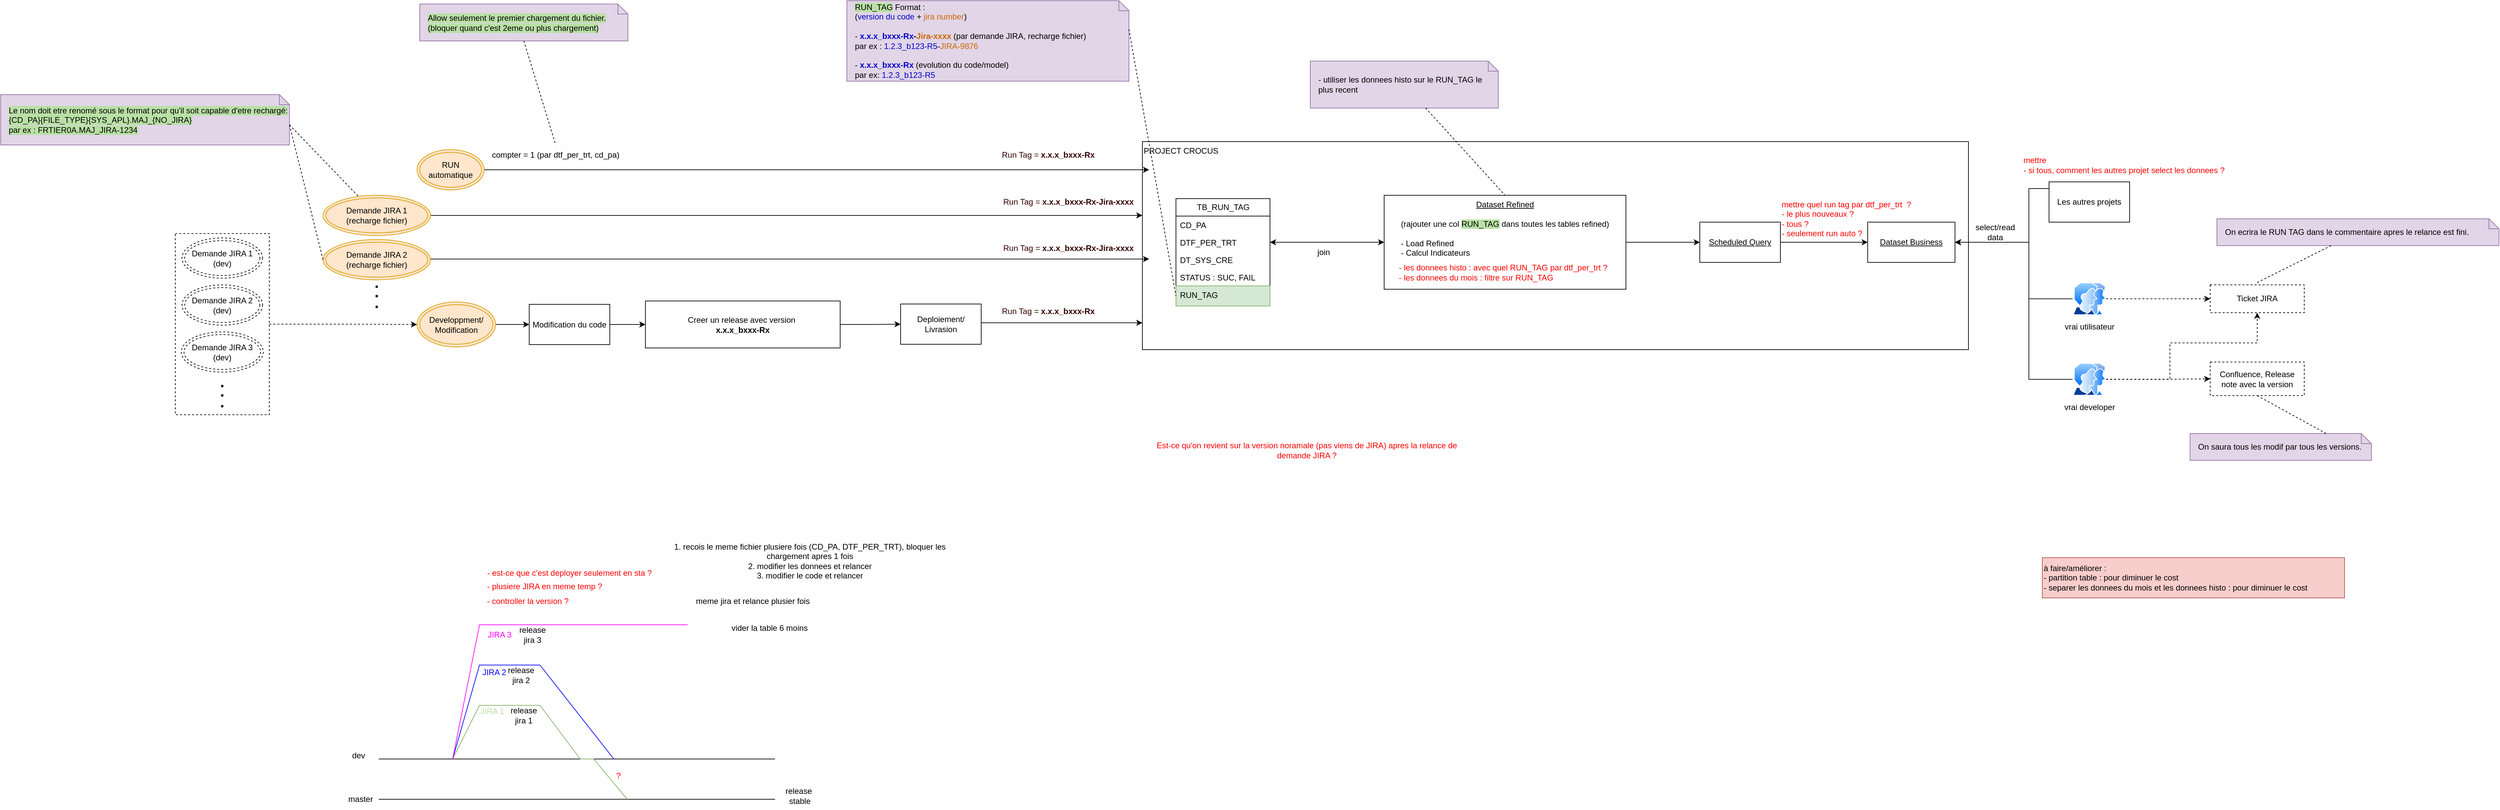
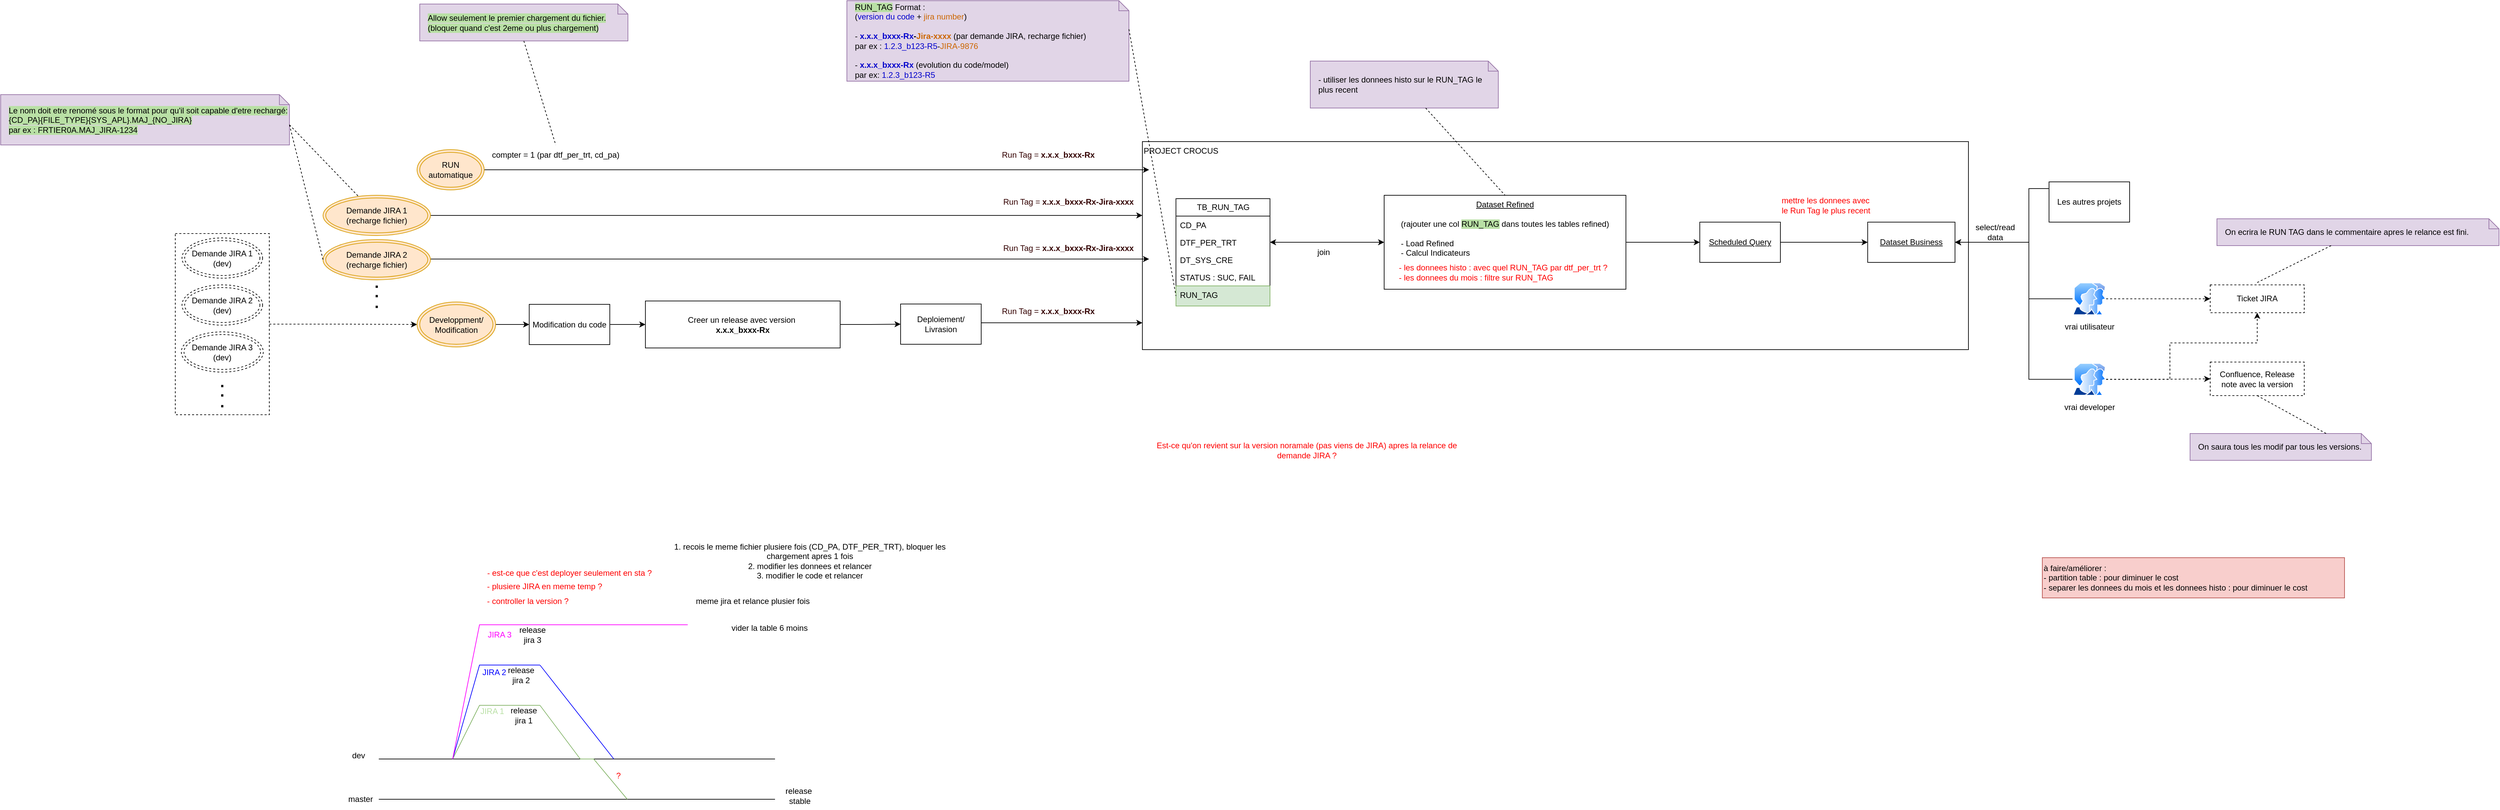
<mxfile host="app.diagrams.net">
  <diagram name="Page-1" id="bEAYSmEDHXBXhFzCy1HB">
    <mxGraphModel dx="3589" dy="2087" grid="1" gridSize="10" guides="1" tooltips="1" connect="1" arrows="1" fold="1" page="1" pageScale="1" pageWidth="827" pageHeight="1169" math="0" shadow="0">
      <root>
        <mxCell id="0" />
        <mxCell id="1" parent="0" />
        <mxCell id="cKu8MT6L8Fp_BZaxLZj7-22" edge="1" parent="1" source="cKu8MT6L8Fp_BZaxLZj7-16" style="edgeStyle=orthogonalEdgeStyle;rounded=0;orthogonalLoop=1;jettySize=auto;html=1;dashed=1;" target="QUzsFoNl6aFI_2ed8XXq-33">
          <mxGeometry relative="1" as="geometry">
            <Array as="points" />
            <mxPoint x="-937.4999999999995" y="382" as="sourcePoint" />
            <mxPoint x="-602.4999999999995" y="365" as="targetPoint" />
          </mxGeometry>
        </mxCell>
        <mxCell id="cKu8MT6L8Fp_BZaxLZj7-16" parent="1" style="rounded=0;whiteSpace=wrap;html=1;dashed=1;" value="" vertex="1">
          <mxGeometry height="270" width="140" x="-1070" y="247" as="geometry" />
        </mxCell>
        <mxCell id="QUzsFoNl6aFI_2ed8XXq-13" parent="1" style="rounded=0;whiteSpace=wrap;html=1;align=left;verticalAlign=top;" value="PROJECT CROCUS" vertex="1">
          <mxGeometry height="310" width="1230" x="370" y="110" as="geometry" />
        </mxCell>
        <mxCell id="QUzsFoNl6aFI_2ed8XXq-1" parent="1" style="swimlane;fontStyle=0;childLayout=stackLayout;horizontal=1;startSize=26;fillColor=none;horizontalStack=0;resizeParent=1;resizeParentMax=0;resizeLast=0;collapsible=1;marginBottom=0;html=1;" value="TB_RUN_TAG" vertex="1">
          <mxGeometry height="160" width="140" x="420" y="195" as="geometry" />
        </mxCell>
        <mxCell id="QUzsFoNl6aFI_2ed8XXq-2" parent="QUzsFoNl6aFI_2ed8XXq-1" style="text;strokeColor=none;fillColor=none;align=left;verticalAlign=top;spacingLeft=4;spacingRight=4;overflow=hidden;rotatable=0;points=[[0,0.5],[1,0.5]];portConstraint=eastwest;whiteSpace=wrap;html=1;" value="CD_PA" vertex="1">
          <mxGeometry height="26" width="140" y="26" as="geometry" />
        </mxCell>
        <mxCell id="QUzsFoNl6aFI_2ed8XXq-3" parent="QUzsFoNl6aFI_2ed8XXq-1" style="text;strokeColor=none;fillColor=none;align=left;verticalAlign=top;spacingLeft=4;spacingRight=4;overflow=hidden;rotatable=0;points=[[0,0.5],[1,0.5]];portConstraint=eastwest;whiteSpace=wrap;html=1;" value="DTF_PER_TRT" vertex="1">
          <mxGeometry height="26" width="140" y="52" as="geometry" />
        </mxCell>
        <mxCell id="QUzsFoNl6aFI_2ed8XXq-4" parent="QUzsFoNl6aFI_2ed8XXq-1" style="text;strokeColor=none;fillColor=none;align=left;verticalAlign=top;spacingLeft=4;spacingRight=4;overflow=hidden;rotatable=0;points=[[0,0.5],[1,0.5]];portConstraint=eastwest;whiteSpace=wrap;html=1;" value="DT_SYS_CRE" vertex="1">
          <mxGeometry height="26" width="140" y="78" as="geometry" />
        </mxCell>
        <mxCell id="QUzsFoNl6aFI_2ed8XXq-105" parent="QUzsFoNl6aFI_2ed8XXq-1" style="text;strokeColor=none;fillColor=none;align=left;verticalAlign=top;spacingLeft=4;spacingRight=4;overflow=hidden;rotatable=0;points=[[0,0.5],[1,0.5]];portConstraint=eastwest;whiteSpace=wrap;html=1;" value="STATUS : SUC, FAIL" vertex="1">
          <mxGeometry height="26" width="140" y="104" as="geometry" />
        </mxCell>
        <mxCell id="QUzsFoNl6aFI_2ed8XXq-5" parent="QUzsFoNl6aFI_2ed8XXq-1" style="text;strokeColor=#82b366;fillColor=#d5e8d4;align=left;verticalAlign=top;spacingLeft=4;spacingRight=4;overflow=hidden;rotatable=0;points=[[0,0.5],[1,0.5]];portConstraint=eastwest;whiteSpace=wrap;html=1;" value="RUN_TAG" vertex="1">
          <mxGeometry height="30" width="140" y="130" as="geometry" />
        </mxCell>
        <mxCell id="QUzsFoNl6aFI_2ed8XXq-7" parent="1" style="shape=note;size=15;align=left;spacingLeft=10;html=1;whiteSpace=wrap;fillColor=#e1d5e7;strokeColor=#9673a6;" value="&lt;span style=&quot;background-color: rgb(185, 224, 165);&quot;&gt;RUN_TAG&lt;/span&gt; Format :&amp;nbsp;&lt;div&gt;(&lt;font style=&quot;color: rgb(0, 0, 204);&quot;&gt;version du code&lt;/font&gt; +&lt;font style=&quot;color: rgb(204, 102, 0);&quot;&gt; &lt;font&gt;jira number&lt;/font&gt;&lt;/font&gt;)&lt;/div&gt;&lt;div&gt;&lt;br&gt;&lt;div&gt;- &lt;b&gt;&lt;font style=&quot;color: rgb(0, 0, 204);&quot;&gt;x.x.x_bxxx-Rx&lt;/font&gt;-&lt;font style=&quot;color: rgb(204, 102, 0);&quot;&gt;Jira-xxxx&lt;/font&gt;&lt;/b&gt; (par demande JIRA, recharge fichier)&amp;nbsp;&lt;/div&gt;&lt;div&gt;par ex : &lt;font style=&quot;color: rgb(0, 0, 204);&quot;&gt;1.2.3_b123-R5&lt;/font&gt;-&lt;font style=&quot;color: rgb(204, 102, 0);&quot;&gt;JIRA-9876&lt;/font&gt;&lt;/div&gt;&lt;div&gt;&lt;br&gt;&lt;/div&gt;&lt;div&gt;-&lt;b&gt; &lt;font style=&quot;color: rgb(0, 0, 204);&quot;&gt;x.x.x_bxxx-Rx&lt;/font&gt;&lt;/b&gt; (evolution du code/model)&lt;/div&gt;&lt;div&gt;&lt;span style=&quot;background-color: transparent; color: light-dark(rgb(0, 0, 0), rgb(255, 255, 255));&quot;&gt;par ex: &lt;/span&gt;&lt;span style=&quot;background-color: transparent;&quot;&gt;&lt;font style=&quot;color: light-dark(rgb(0, 0, 204), rgb(255, 255, 255));&quot;&gt;1.2.3_b123-R5&lt;/font&gt;&lt;/span&gt;&lt;/div&gt;&lt;/div&gt;" vertex="1">
          <mxGeometry height="120" width="420" x="-70" y="-100" as="geometry" />
        </mxCell>
        <mxCell id="QUzsFoNl6aFI_2ed8XXq-8" edge="1" parent="1" source="QUzsFoNl6aFI_2ed8XXq-7" style="edgeStyle=none;endArrow=none;exitX=0;exitY=0;dashed=1;html=1;rounded=0;entryX=0;entryY=0.5;entryDx=0;entryDy=0;exitDx=420;exitDy=42.5;exitPerimeter=0;" target="QUzsFoNl6aFI_2ed8XXq-5" value="">
          <mxGeometry relative="1" x="1" as="geometry">
            <mxPoint x="590" y="660" as="targetPoint" />
          </mxGeometry>
        </mxCell>
        <mxCell id="QUzsFoNl6aFI_2ed8XXq-10" parent="1" style="rounded=0;whiteSpace=wrap;html=1;dashed=1;" value="Confluence, Release note avec la v&lt;span style=&quot;background-color: transparent; color: light-dark(rgb(0, 0, 0), rgb(255, 255, 255));&quot;&gt;ersion&lt;/span&gt;" vertex="1">
          <mxGeometry height="50" width="140" x="1960" y="438.5" as="geometry" />
        </mxCell>
        <mxCell id="QUzsFoNl6aFI_2ed8XXq-11" parent="1" style="rounded=0;whiteSpace=wrap;html=1;dashed=1;" value="Ticket JIRA" vertex="1">
          <mxGeometry height="41.5" width="140" x="1960" y="323.5" as="geometry" />
        </mxCell>
        <mxCell id="QUzsFoNl6aFI_2ed8XXq-42" edge="1" parent="1" source="QUzsFoNl6aFI_2ed8XXq-12" style="edgeStyle=orthogonalEdgeStyle;rounded=0;orthogonalLoop=1;jettySize=auto;html=1;entryX=1;entryY=0.5;entryDx=0;entryDy=0;startArrow=classic;startFill=1;" target="QUzsFoNl6aFI_2ed8XXq-3">
          <mxGeometry relative="1" as="geometry" />
        </mxCell>
        <mxCell id="QUzsFoNl6aFI_2ed8XXq-50" edge="1" parent="1" source="QUzsFoNl6aFI_2ed8XXq-12" style="edgeStyle=orthogonalEdgeStyle;rounded=0;orthogonalLoop=1;jettySize=auto;html=1;" target="QUzsFoNl6aFI_2ed8XXq-46">
          <mxGeometry relative="1" as="geometry">
            <Array as="points" />
          </mxGeometry>
        </mxCell>
        <mxCell id="QUzsFoNl6aFI_2ed8XXq-12" parent="1" style="rounded=0;whiteSpace=wrap;html=1;verticalAlign=top;" value="&lt;u&gt;Dataset Refined&lt;/u&gt;&lt;div&gt;&lt;u&gt;&lt;br&gt;&lt;/u&gt;&lt;div&gt;(rajouter une col &lt;span style=&quot;background-color: rgb(185, 224, 165);&quot;&gt;RUN_TAG&lt;/span&gt;&lt;span&gt; &lt;/span&gt;dans toutes les tables refined)&lt;/div&gt;&lt;div&gt;&lt;br&gt;&lt;/div&gt;&lt;div style=&quot;text-align: left;&quot;&gt;- Load Refined&amp;nbsp; &amp;nbsp; &amp;nbsp; &amp;nbsp;&lt;/div&gt;&lt;div style=&quot;text-align: left;&quot;&gt;- Calcul Indicateurs&lt;/div&gt;&lt;/div&gt;" vertex="1">
          <mxGeometry height="140" width="360" x="730" y="190" as="geometry" />
        </mxCell>
        <mxCell id="QUzsFoNl6aFI_2ed8XXq-27" edge="1" parent="1" source="QUzsFoNl6aFI_2ed8XXq-33" style="edgeStyle=orthogonalEdgeStyle;rounded=0;orthogonalLoop=1;jettySize=auto;html=1;entryX=0;entryY=0.5;entryDx=0;entryDy=0;" target="QUzsFoNl6aFI_2ed8XXq-23">
          <mxGeometry relative="1" as="geometry">
            <mxPoint x="-740" y="198" as="sourcePoint" />
          </mxGeometry>
        </mxCell>
        <mxCell id="QUzsFoNl6aFI_2ed8XXq-19" parent="1" style="text;html=1;whiteSpace=wrap;strokeColor=none;fillColor=none;align=center;verticalAlign=middle;rounded=0;fontColor=#330000;" value="&lt;font style=&quot;&quot;&gt;Run Tag =&amp;nbsp;&lt;/font&gt;&lt;b style=&quot;text-align: left;&quot;&gt;x.x.x_bxxx-Rx-Jira-xxxx&lt;/b&gt;" vertex="1">
          <mxGeometry height="30" width="200" x="160" y="253.5" as="geometry" />
        </mxCell>
        <mxCell id="cKu8MT6L8Fp_BZaxLZj7-37" edge="1" parent="1" source="QUzsFoNl6aFI_2ed8XXq-23" style="edgeStyle=orthogonalEdgeStyle;rounded=0;orthogonalLoop=1;jettySize=auto;html=1;" target="QUzsFoNl6aFI_2ed8XXq-25">
          <mxGeometry relative="1" as="geometry" />
        </mxCell>
        <mxCell id="QUzsFoNl6aFI_2ed8XXq-23" parent="1" style="rounded=0;whiteSpace=wrap;html=1;" value="Modification du code" vertex="1">
          <mxGeometry height="60" width="120" x="-543" y="352.5" as="geometry" />
        </mxCell>
        <mxCell id="QUzsFoNl6aFI_2ed8XXq-31" edge="1" parent="1" source="QUzsFoNl6aFI_2ed8XXq-24" style="edgeStyle=orthogonalEdgeStyle;rounded=0;orthogonalLoop=1;jettySize=auto;html=1;" target="QUzsFoNl6aFI_2ed8XXq-13">
          <mxGeometry relative="1" as="geometry">
            <Array as="points">
              <mxPoint x="180" y="380" />
              <mxPoint x="180" y="380" />
            </Array>
            <mxPoint x="380" y="373" as="targetPoint" />
          </mxGeometry>
        </mxCell>
        <mxCell id="QUzsFoNl6aFI_2ed8XXq-24" parent="1" style="rounded=0;whiteSpace=wrap;html=1;" value="Deploiement/ Livrasion" vertex="1">
          <mxGeometry height="60" width="120" x="10" y="352" as="geometry" />
        </mxCell>
        <mxCell id="cKu8MT6L8Fp_BZaxLZj7-38" edge="1" parent="1" source="QUzsFoNl6aFI_2ed8XXq-25" style="edgeStyle=orthogonalEdgeStyle;rounded=0;orthogonalLoop=1;jettySize=auto;html=1;" target="QUzsFoNl6aFI_2ed8XXq-24">
          <mxGeometry relative="1" as="geometry" />
        </mxCell>
        <mxCell id="QUzsFoNl6aFI_2ed8XXq-25" parent="1" style="rounded=0;whiteSpace=wrap;html=1;" value="Creer un release avec version&amp;nbsp;&lt;div&gt;&lt;span style=&quot;text-align: left;&quot;&gt;&lt;b&gt;x.x.x_bxxx-Rx&lt;/b&gt;&lt;/span&gt;&lt;/div&gt;" vertex="1">
          <mxGeometry height="70" width="290" x="-370" y="347.5" as="geometry" />
        </mxCell>
        <mxCell id="QUzsFoNl6aFI_2ed8XXq-33" parent="1" style="ellipse;shape=doubleEllipse;whiteSpace=wrap;html=1;fillColor=#ffe6cc;strokeColor=#d79b00;" value="Developpment/&lt;div&gt;Modification&lt;/div&gt;" vertex="1">
          <mxGeometry height="67" width="117" x="-710" y="349" as="geometry" />
        </mxCell>
        <mxCell id="cKu8MT6L8Fp_BZaxLZj7-5" edge="1" parent="1" style="edgeStyle=orthogonalEdgeStyle;rounded=0;orthogonalLoop=1;jettySize=auto;html=1;">
          <mxGeometry relative="1" as="geometry">
            <Array as="points">
              <mxPoint x="-470" y="285" />
              <mxPoint x="-470" y="285" />
            </Array>
            <mxPoint x="-690.0000000000005" y="285" as="sourcePoint" />
            <mxPoint x="380" y="285" as="targetPoint" />
          </mxGeometry>
        </mxCell>
        <mxCell id="QUzsFoNl6aFI_2ed8XXq-34" parent="1" style="ellipse;shape=doubleEllipse;whiteSpace=wrap;html=1;fillColor=#ffe6cc;strokeColor=#d79b00;" value="Demande JIRA 2&lt;div&gt;(recharge fichier)&lt;/div&gt;" vertex="1">
          <mxGeometry height="60" width="160" x="-850" y="256" as="geometry" />
        </mxCell>
        <mxCell id="QUzsFoNl6aFI_2ed8XXq-36" edge="1" parent="1" source="QUzsFoNl6aFI_2ed8XXq-35" style="edgeStyle=orthogonalEdgeStyle;rounded=0;orthogonalLoop=1;jettySize=auto;html=1;">
          <mxGeometry relative="1" as="geometry">
            <Array as="points">
              <mxPoint x="110" y="152" />
              <mxPoint x="110" y="152" />
            </Array>
            <mxPoint x="380" y="152.0588235294117" as="targetPoint" />
          </mxGeometry>
        </mxCell>
        <mxCell id="QUzsFoNl6aFI_2ed8XXq-35" parent="1" style="ellipse;shape=doubleEllipse;whiteSpace=wrap;html=1;fillColor=#ffe6cc;strokeColor=#d79b00;" value="RUN automatique" vertex="1">
          <mxGeometry height="60" width="100" x="-710" y="122" as="geometry" />
        </mxCell>
        <mxCell id="QUzsFoNl6aFI_2ed8XXq-40" parent="1" style="shape=note;size=15;align=left;spacingLeft=10;html=1;whiteSpace=wrap;fillColor=#e1d5e7;strokeColor=#9673a6;" value="&lt;div&gt;- utiliser les donnees histo sur le RUN_TAG le plus recent&lt;/div&gt;" vertex="1">
          <mxGeometry height="70" width="280" x="620" y="-10" as="geometry" />
        </mxCell>
        <mxCell id="QUzsFoNl6aFI_2ed8XXq-41" edge="1" parent="1" source="QUzsFoNl6aFI_2ed8XXq-40" style="edgeStyle=none;endArrow=none;dashed=1;html=1;rounded=0;entryX=0.5;entryY=0;entryDx=0;entryDy=0;" target="QUzsFoNl6aFI_2ed8XXq-12" value="">
          <mxGeometry relative="1" x="1" as="geometry">
            <mxPoint x="720" y="650" as="sourcePoint" />
            <mxPoint x="772" y="500" as="targetPoint" />
          </mxGeometry>
        </mxCell>
        <mxCell id="QUzsFoNl6aFI_2ed8XXq-43" parent="1" style="text;html=1;whiteSpace=wrap;strokeColor=none;fillColor=none;align=left;verticalAlign=middle;rounded=0;" value="&lt;font style=&quot;color: rgb(255, 0, 0);&quot;&gt;- les donnees histo : avec quel RUN_TAG par dtf_per_trt ?&lt;/font&gt;&lt;div&gt;&lt;font style=&quot;color: rgb(255, 0, 0);&quot;&gt;- les donnees du mois : f&lt;/font&gt;&lt;span style=&quot;color: light-dark(rgb(255, 0, 0), rgb(255, 144, 144)); background-color: transparent;&quot;&gt;iltre sur RUN_TAG&lt;/span&gt;&lt;/div&gt;" vertex="1">
          <mxGeometry height="30" width="330" x="750" y="290" as="geometry" />
        </mxCell>
        <mxCell id="QUzsFoNl6aFI_2ed8XXq-45" parent="1" style="rounded=0;whiteSpace=wrap;html=1;" value="&lt;u&gt;Dataset Business&lt;/u&gt;" vertex="1">
          <mxGeometry height="60" width="130" x="1450" y="230" as="geometry" />
        </mxCell>
        <mxCell id="QUzsFoNl6aFI_2ed8XXq-48" edge="1" parent="1" source="QUzsFoNl6aFI_2ed8XXq-46" style="edgeStyle=orthogonalEdgeStyle;rounded=0;orthogonalLoop=1;jettySize=auto;html=1;" target="QUzsFoNl6aFI_2ed8XXq-45">
          <mxGeometry relative="1" as="geometry" />
        </mxCell>
        <mxCell id="QUzsFoNl6aFI_2ed8XXq-46" parent="1" style="rounded=0;whiteSpace=wrap;html=1;" value="&lt;u&gt;Scheduled Query&lt;/u&gt;" vertex="1">
          <mxGeometry height="60" width="120" x="1200" y="230" as="geometry" />
        </mxCell>
-         <mxCell id="QUzsFoNl6aFI_2ed8XXq-51" parent="1" style="text;html=1;whiteSpace=wrap;strokeColor=none;fillColor=none;align=left;verticalAlign=middle;rounded=0;fontColor=#FF0000;" value="mettre quel run tag par dtf_per_trt&amp;nbsp;&amp;nbsp;?&amp;nbsp;&lt;div&gt;- le plus nouveaux ?&lt;/div&gt;&lt;div&gt;- tous ?&lt;/div&gt;&lt;div&gt;- seulement run auto ?&lt;/div&gt;" vertex="1">
-           <mxGeometry height="30" width="370" x="1320" y="210" as="geometry" />
+         <mxCell id="QUzsFoNl6aFI_2ed8XXq-51" parent="1" style="text;html=1;whiteSpace=wrap;strokeColor=none;fillColor=none;align=left;verticalAlign=middle;rounded=0;fontColor=#FF0000;" value="mettre les donnees avec le Run Tag le plus recent" vertex="1">
+           <mxGeometry height="30" width="140" x="1320" y="190" as="geometry" />
        </mxCell>
        <mxCell id="QUzsFoNl6aFI_2ed8XXq-59" edge="1" parent="1" source="QUzsFoNl6aFI_2ed8XXq-52" style="edgeStyle=orthogonalEdgeStyle;rounded=0;orthogonalLoop=1;jettySize=auto;html=1;entryX=1;entryY=0.5;entryDx=0;entryDy=0;" target="QUzsFoNl6aFI_2ed8XXq-45">
          <mxGeometry relative="1" as="geometry">
            <Array as="points">
              <mxPoint x="1690" y="180" />
              <mxPoint x="1690" y="260" />
            </Array>
          </mxGeometry>
        </mxCell>
        <mxCell id="QUzsFoNl6aFI_2ed8XXq-52" parent="1" style="rounded=0;whiteSpace=wrap;html=1;" value="Les autres projets" vertex="1">
          <mxGeometry height="60" width="120" x="1720" y="170" as="geometry" />
        </mxCell>
        <mxCell id="QUzsFoNl6aFI_2ed8XXq-58" edge="1" parent="1" source="QUzsFoNl6aFI_2ed8XXq-57" style="edgeStyle=orthogonalEdgeStyle;rounded=0;orthogonalLoop=1;jettySize=auto;html=1;entryX=1;entryY=0.5;entryDx=0;entryDy=0;" target="QUzsFoNl6aFI_2ed8XXq-45">
          <mxGeometry relative="1" as="geometry">
            <Array as="points">
              <mxPoint x="1690" y="344" />
              <mxPoint x="1690" y="260" />
            </Array>
          </mxGeometry>
        </mxCell>
        <mxCell id="QUzsFoNl6aFI_2ed8XXq-65" edge="1" parent="1" source="QUzsFoNl6aFI_2ed8XXq-57" style="edgeStyle=orthogonalEdgeStyle;rounded=0;orthogonalLoop=1;jettySize=auto;html=1;dashed=1;" target="QUzsFoNl6aFI_2ed8XXq-11">
          <mxGeometry relative="1" as="geometry" />
        </mxCell>
        <mxCell id="QUzsFoNl6aFI_2ed8XXq-57" parent="1" style="image;aspect=fixed;perimeter=ellipsePerimeter;html=1;align=center;shadow=0;dashed=0;spacingTop=3;image=img/lib/active_directory/user_accounts.svg;" value="vrai utilisateur" vertex="1">
          <mxGeometry height="48.5" width="50" x="1755" y="320" as="geometry" />
        </mxCell>
        <mxCell id="QUzsFoNl6aFI_2ed8XXq-60" parent="1" style="text;html=1;whiteSpace=wrap;strokeColor=none;fillColor=none;align=center;verticalAlign=middle;rounded=0;" value="select/read data" vertex="1">
          <mxGeometry height="30" width="60" x="1610" y="230" as="geometry" />
        </mxCell>
        <mxCell id="QUzsFoNl6aFI_2ed8XXq-63" edge="1" parent="1" source="QUzsFoNl6aFI_2ed8XXq-62" style="edgeStyle=orthogonalEdgeStyle;rounded=0;orthogonalLoop=1;jettySize=auto;html=1;entryX=1;entryY=0.5;entryDx=0;entryDy=0;" target="QUzsFoNl6aFI_2ed8XXq-45">
          <mxGeometry relative="1" as="geometry">
            <Array as="points">
              <mxPoint x="1690" y="464" />
              <mxPoint x="1690" y="260" />
            </Array>
          </mxGeometry>
        </mxCell>
        <mxCell id="QUzsFoNl6aFI_2ed8XXq-66" edge="1" parent="1" source="QUzsFoNl6aFI_2ed8XXq-62" style="edgeStyle=orthogonalEdgeStyle;rounded=0;orthogonalLoop=1;jettySize=auto;html=1;dashed=1;" target="QUzsFoNl6aFI_2ed8XXq-10">
          <mxGeometry relative="1" as="geometry" />
        </mxCell>
        <mxCell id="QUzsFoNl6aFI_2ed8XXq-68" edge="1" parent="1" source="QUzsFoNl6aFI_2ed8XXq-62" style="edgeStyle=orthogonalEdgeStyle;rounded=0;orthogonalLoop=1;jettySize=auto;html=1;entryX=0.5;entryY=1;entryDx=0;entryDy=0;dashed=1;" target="QUzsFoNl6aFI_2ed8XXq-11">
          <mxGeometry relative="1" as="geometry">
            <Array as="points">
              <mxPoint x="1900" y="464" />
              <mxPoint x="1900" y="410" />
              <mxPoint x="2030" y="410" />
            </Array>
          </mxGeometry>
        </mxCell>
        <mxCell id="QUzsFoNl6aFI_2ed8XXq-62" parent="1" style="image;aspect=fixed;perimeter=ellipsePerimeter;html=1;align=center;shadow=0;dashed=0;spacingTop=3;image=img/lib/active_directory/user_accounts.svg;" value="vrai developer" vertex="1">
          <mxGeometry height="48.5" width="50" x="1755" y="440" as="geometry" />
        </mxCell>
        <mxCell id="QUzsFoNl6aFI_2ed8XXq-69" parent="1" style="shape=note;size=15;align=left;spacingLeft=10;html=1;whiteSpace=wrap;fillColor=#e1d5e7;strokeColor=#9673a6;" value="On ecrira le RUN TAG dans le commentaire apres le relance est fini." vertex="1">
          <mxGeometry height="40" width="420" x="1970" y="225" as="geometry" />
        </mxCell>
        <mxCell id="QUzsFoNl6aFI_2ed8XXq-70" edge="1" parent="1" source="QUzsFoNl6aFI_2ed8XXq-69" style="edgeStyle=none;endArrow=none;dashed=1;html=1;rounded=0;" value="">
          <mxGeometry relative="1" x="1" as="geometry">
            <mxPoint x="970" y="210" as="sourcePoint" />
            <mxPoint x="2030" y="320" as="targetPoint" />
          </mxGeometry>
        </mxCell>
        <mxCell id="QUzsFoNl6aFI_2ed8XXq-71" parent="1" style="shape=note;size=15;align=left;spacingLeft=10;html=1;whiteSpace=wrap;fillColor=#e1d5e7;strokeColor=#9673a6;" value="On saura tous les modif par tous les versions." vertex="1">
          <mxGeometry height="40" width="270" x="1930" y="545" as="geometry" />
        </mxCell>
        <mxCell id="QUzsFoNl6aFI_2ed8XXq-72" edge="1" parent="1" source="QUzsFoNl6aFI_2ed8XXq-71" style="edgeStyle=none;endArrow=none;dashed=1;html=1;rounded=0;entryX=0.5;entryY=1;entryDx=0;entryDy=0;exitX=0;exitY=0;exitDx=202.5;exitDy=0;exitPerimeter=0;" target="QUzsFoNl6aFI_2ed8XXq-10" value="">
          <mxGeometry relative="1" x="1" as="geometry">
            <mxPoint x="2180" y="470" as="sourcePoint" />
            <mxPoint x="2070" y="525" as="targetPoint" />
          </mxGeometry>
-         </mxCell>
-         <mxCell id="QUzsFoNl6aFI_2ed8XXq-73" parent="1" style="text;html=1;whiteSpace=wrap;strokeColor=none;fillColor=none;align=left;verticalAlign=middle;rounded=0;fontColor=#FF0000;" value="mettre&amp;nbsp;&lt;div&gt;&lt;span style=&quot;background-color: transparent; color: light-dark(rgb(255, 0, 0), rgb(255, 144, 144));&quot;&gt;- si tous, comment les autres projet select les donnees ?&lt;/span&gt;&lt;/div&gt;" vertex="1">
-           <mxGeometry height="30" width="370" x="1680" y="130" as="geometry" />
        </mxCell>
        <mxCell id="QUzsFoNl6aFI_2ed8XXq-74" parent="1" style="rounded=0;whiteSpace=wrap;html=1;align=left;fillColor=#f8cecc;strokeColor=#b85450;" value="à faire/améliorer :&lt;div&gt;- partition table : pour diminuer le cost&lt;/div&gt;&lt;div&gt;- separer les donnees du mois et les donnees histo&amp;nbsp;&lt;span style=&quot;background-color: transparent; color: light-dark(rgb(0, 0, 0), rgb(255, 255, 255));&quot;&gt;: pour diminuer le cost&lt;/span&gt;&lt;/div&gt;" vertex="1">
          <mxGeometry height="60" width="450" x="1710" y="730" as="geometry" />
        </mxCell>
        <mxCell id="QUzsFoNl6aFI_2ed8XXq-76" parent="1" style="text;html=1;whiteSpace=wrap;strokeColor=none;fillColor=none;align=center;verticalAlign=middle;rounded=0;" value="join" vertex="1">
          <mxGeometry height="30" width="60" x="610" y="260" as="geometry" />
        </mxCell>
        <mxCell id="QUzsFoNl6aFI_2ed8XXq-77" parent="1" style="text;html=1;whiteSpace=wrap;strokeColor=none;fillColor=none;align=center;verticalAlign=middle;rounded=0;fontColor=#FF0000;" value="Est-ce qu&#39;on revient sur la version noramale (pas viens de JIRA) apres la relance de demande JIRA ?" vertex="1">
          <mxGeometry height="30" width="470" x="380" y="555" as="geometry" />
        </mxCell>
        <mxCell id="QUzsFoNl6aFI_2ed8XXq-78" parent="1" style="text;html=1;whiteSpace=wrap;strokeColor=none;fillColor=none;align=center;verticalAlign=middle;rounded=0;fontColor=#FF0000;" value="- est-ce que c&#39;est deployer seulement en sta ?" vertex="1">
          <mxGeometry height="30" width="290" x="-628" y="738" as="geometry" />
        </mxCell>
        <mxCell id="QUzsFoNl6aFI_2ed8XXq-79" parent="1" style="text;html=1;whiteSpace=wrap;strokeColor=none;fillColor=none;align=center;verticalAlign=middle;rounded=0;fontColor=#FF0000;" value="- plusiere JIRA en meme temp ?" vertex="1">
          <mxGeometry height="30" width="290" x="-665" y="758" as="geometry" />
        </mxCell>
        <mxCell id="QUzsFoNl6aFI_2ed8XXq-80" parent="1" style="text;html=1;whiteSpace=wrap;strokeColor=none;fillColor=none;align=center;verticalAlign=middle;rounded=0;fontColor=#FF0000;" value="- controller la version ?" vertex="1">
          <mxGeometry height="30" width="290" x="-690" y="780" as="geometry" />
        </mxCell>
        <mxCell id="QUzsFoNl6aFI_2ed8XXq-81" edge="1" parent="1" style="endArrow=none;html=1;rounded=0;" value="">
          <mxGeometry height="50" relative="1" width="50" as="geometry">
            <mxPoint x="-767" y="1030" as="sourcePoint" />
            <mxPoint x="-177" y="1030" as="targetPoint" />
          </mxGeometry>
        </mxCell>
        <mxCell id="QUzsFoNl6aFI_2ed8XXq-83" edge="1" parent="1" style="endArrow=none;html=1;rounded=0;fillColor=#d5e8d4;strokeColor=#82b366;" value="">
          <mxGeometry height="50" relative="1" width="50" as="geometry">
            <Array as="points">
              <mxPoint x="-617" y="950" />
            </Array>
            <mxPoint x="-657" y="1030" as="sourcePoint" />
            <mxPoint x="-527" y="950" as="targetPoint" />
          </mxGeometry>
        </mxCell>
        <mxCell id="QUzsFoNl6aFI_2ed8XXq-84" parent="1" style="text;html=1;whiteSpace=wrap;strokeColor=none;fillColor=none;align=center;verticalAlign=middle;rounded=0;" value="dev" vertex="1">
          <mxGeometry height="30" width="60" x="-827" y="1010" as="geometry" />
        </mxCell>
        <mxCell id="QUzsFoNl6aFI_2ed8XXq-85" edge="1" parent="1" style="endArrow=none;html=1;rounded=0;strokeColor=#0000FF;" value="">
          <mxGeometry height="50" relative="1" width="50" as="geometry">
            <Array as="points">
              <mxPoint x="-617" y="890" />
            </Array>
            <mxPoint x="-657" y="1030" as="sourcePoint" />
            <mxPoint x="-527" y="890" as="targetPoint" />
          </mxGeometry>
        </mxCell>
        <mxCell id="QUzsFoNl6aFI_2ed8XXq-86" edge="1" parent="1" style="endArrow=none;html=1;rounded=0;strokeColor=#FF00FF;" value="">
          <mxGeometry height="50" relative="1" width="50" as="geometry">
            <Array as="points">
              <mxPoint x="-617" y="830" />
            </Array>
            <mxPoint x="-657" y="1030" as="sourcePoint" />
            <mxPoint x="-307" y="830" as="targetPoint" />
          </mxGeometry>
        </mxCell>
        <mxCell id="QUzsFoNl6aFI_2ed8XXq-87" parent="1" style="text;html=1;whiteSpace=wrap;strokeColor=none;fillColor=none;align=center;verticalAlign=middle;rounded=0;fontColor=#B9E0A5;" value="JIRA 1" vertex="1">
          <mxGeometry height="30" width="60" x="-628" y="944" as="geometry" />
        </mxCell>
        <mxCell id="QUzsFoNl6aFI_2ed8XXq-88" parent="1" style="text;html=1;whiteSpace=wrap;strokeColor=none;fillColor=none;align=center;verticalAlign=middle;rounded=0;fontColor=#0000FF;" value="JIRA 2" vertex="1">
          <mxGeometry height="30" width="60" x="-625" y="886" as="geometry" />
        </mxCell>
        <mxCell id="QUzsFoNl6aFI_2ed8XXq-89" parent="1" style="text;html=1;whiteSpace=wrap;strokeColor=none;fillColor=none;align=center;verticalAlign=middle;rounded=0;fontColor=#FF00FF;" value="JIRA 3" vertex="1">
          <mxGeometry height="30" width="60" x="-617" y="830" as="geometry" />
        </mxCell>
        <mxCell id="QUzsFoNl6aFI_2ed8XXq-90" edge="1" parent="1" style="endArrow=none;html=1;rounded=0;" value="">
          <mxGeometry height="50" relative="1" width="50" as="geometry">
            <mxPoint x="-767" y="1090" as="sourcePoint" />
            <mxPoint x="-177" y="1090" as="targetPoint" />
          </mxGeometry>
        </mxCell>
        <mxCell id="QUzsFoNl6aFI_2ed8XXq-91" parent="1" style="text;html=1;whiteSpace=wrap;strokeColor=none;fillColor=none;align=center;verticalAlign=middle;rounded=0;" value="master" vertex="1">
          <mxGeometry height="30" width="60" x="-824" y="1075" as="geometry" />
        </mxCell>
        <mxCell id="QUzsFoNl6aFI_2ed8XXq-92" edge="1" parent="1" style="endArrow=none;html=1;rounded=0;fillColor=#d5e8d4;strokeColor=#82b366;" value="">
          <mxGeometry height="50" relative="1" width="50" as="geometry">
            <mxPoint x="-527" y="950" as="sourcePoint" />
            <mxPoint x="-467" y="1030" as="targetPoint" />
          </mxGeometry>
        </mxCell>
        <mxCell id="QUzsFoNl6aFI_2ed8XXq-94" edge="1" parent="1" style="endArrow=none;html=1;rounded=0;strokeColor=#0000FF;" value="">
          <mxGeometry height="50" relative="1" width="50" as="geometry">
            <mxPoint x="-527" y="890" as="sourcePoint" />
            <mxPoint x="-417" y="1030" as="targetPoint" />
          </mxGeometry>
        </mxCell>
        <mxCell id="QUzsFoNl6aFI_2ed8XXq-95" edge="1" parent="1" style="endArrow=none;html=1;rounded=0;fillColor=#d5e8d4;strokeColor=#82b366;" value="">
          <mxGeometry height="50" relative="1" width="50" as="geometry">
            <mxPoint x="-447" y="1030" as="sourcePoint" />
            <mxPoint x="-397" y="1090" as="targetPoint" />
          </mxGeometry>
        </mxCell>
        <mxCell id="QUzsFoNl6aFI_2ed8XXq-96" edge="1" parent="1" style="endArrow=none;html=1;rounded=0;fillColor=#d5e8d4;strokeColor=#82b366;" value="">
          <mxGeometry height="50" relative="1" width="50" as="geometry">
            <mxPoint x="-467" y="1030" as="sourcePoint" />
            <mxPoint x="-447" y="1030" as="targetPoint" />
          </mxGeometry>
        </mxCell>
        <mxCell id="QUzsFoNl6aFI_2ed8XXq-98" parent="1" style="text;html=1;whiteSpace=wrap;strokeColor=none;fillColor=none;align=center;verticalAlign=middle;rounded=0;" value="release jira 2" vertex="1">
          <mxGeometry height="30" width="60" x="-585" y="890" as="geometry" />
        </mxCell>
        <mxCell id="QUzsFoNl6aFI_2ed8XXq-99" parent="1" style="text;html=1;whiteSpace=wrap;strokeColor=none;fillColor=none;align=center;verticalAlign=middle;rounded=0;" value="release jira 1" vertex="1">
          <mxGeometry height="30" width="60" x="-581" y="950" as="geometry" />
        </mxCell>
        <mxCell id="QUzsFoNl6aFI_2ed8XXq-100" parent="1" style="text;html=1;whiteSpace=wrap;strokeColor=none;fillColor=none;align=center;verticalAlign=middle;rounded=0;" value="release jira 3" vertex="1">
          <mxGeometry height="30" width="60" x="-568" y="830" as="geometry" />
        </mxCell>
        <mxCell id="QUzsFoNl6aFI_2ed8XXq-101" parent="1" style="text;html=1;whiteSpace=wrap;strokeColor=none;fillColor=none;align=center;verticalAlign=middle;rounded=0;" value="release&amp;nbsp; stable" vertex="1">
          <mxGeometry height="30" width="60" x="-170" y="1070" as="geometry" />
        </mxCell>
        <mxCell id="QUzsFoNl6aFI_2ed8XXq-103" parent="1" style="text;html=1;whiteSpace=wrap;strokeColor=none;fillColor=none;align=center;verticalAlign=middle;rounded=0;fontColor=#FF0000;" value="?" vertex="1">
          <mxGeometry height="30" width="60" x="-440" y="1040" as="geometry" />
        </mxCell>
        <mxCell id="QUzsFoNl6aFI_2ed8XXq-104" parent="1" style="text;html=1;whiteSpace=wrap;strokeColor=none;fillColor=none;align=center;verticalAlign=middle;rounded=0;" value="compter = 1 (par dtf_per_trt, cd_pa)" vertex="1">
          <mxGeometry height="30" width="227" x="-617" y="115" as="geometry" />
        </mxCell>
        <mxCell id="QUzsFoNl6aFI_2ed8XXq-106" parent="1" style="text;html=1;whiteSpace=wrap;strokeColor=none;fillColor=none;align=center;verticalAlign=middle;rounded=0;" value="1. recois le meme fichier plusiere fois (CD_PA, DTF_PER_TRT), bloquer les chargement apres 1 fois&lt;div&gt;2. modifier les donnees et relancer&lt;/div&gt;&lt;div&gt;3. modifier le code et relancer&lt;/div&gt;" vertex="1">
          <mxGeometry height="30" width="470" x="-360" y="720" as="geometry" />
        </mxCell>
        <mxCell id="QUzsFoNl6aFI_2ed8XXq-107" parent="1" style="text;html=1;whiteSpace=wrap;strokeColor=none;fillColor=none;align=center;verticalAlign=middle;rounded=0;" value="meme jira et relance plusier fois" vertex="1">
          <mxGeometry height="30" width="240" x="-330" y="780" as="geometry" />
        </mxCell>
        <mxCell id="QUzsFoNl6aFI_2ed8XXq-108" parent="1" style="text;html=1;whiteSpace=wrap;strokeColor=none;fillColor=none;align=center;verticalAlign=middle;rounded=0;" value="vider la table 6 moins" vertex="1">
          <mxGeometry height="30" width="170" x="-270" y="820" as="geometry" />
        </mxCell>
        <mxCell id="cKu8MT6L8Fp_BZaxLZj7-1" parent="1" style="shape=note;size=15;align=left;spacingLeft=10;html=1;whiteSpace=wrap;fillColor=#e1d5e7;strokeColor=#9673a6;" value="&lt;span style=&quot;background-color: rgb(185, 224, 165);&quot;&gt;Allow seulement le premier chargement du fichier.&lt;br&gt;(bloquer quand c&#39;est 2eme ou plus chargement)&lt;/span&gt;" vertex="1">
          <mxGeometry height="55" width="310" x="-706" y="-95" as="geometry" />
        </mxCell>
        <mxCell id="cKu8MT6L8Fp_BZaxLZj7-2" edge="1" parent="1" source="cKu8MT6L8Fp_BZaxLZj7-1" style="edgeStyle=none;endArrow=none;exitX=0.5;exitY=1;dashed=1;html=1;rounded=0;entryX=0.5;entryY=0;entryDx=0;entryDy=0;exitDx=0;exitDy=0;exitPerimeter=0;" target="QUzsFoNl6aFI_2ed8XXq-104" value="">
          <mxGeometry relative="1" x="1" as="geometry">
            <mxPoint x="590" y="300" as="sourcePoint" />
            <mxPoint x="680" y="507" as="targetPoint" />
          </mxGeometry>
        </mxCell>
        <mxCell id="cKu8MT6L8Fp_BZaxLZj7-3" parent="1" style="ellipse;shape=doubleEllipse;whiteSpace=wrap;html=1;dashed=1;" value="Demande JIRA 1&lt;div&gt;(dev)&lt;/div&gt;" vertex="1">
          <mxGeometry height="60" width="120" x="-1060" y="253.5" as="geometry" />
        </mxCell>
        <mxCell id="cKu8MT6L8Fp_BZaxLZj7-7" parent="1" style="text;html=1;whiteSpace=wrap;strokeColor=none;fillColor=none;align=center;verticalAlign=middle;rounded=0;fontColor=#330000;" value="&lt;font style=&quot;&quot;&gt;Run Tag =&amp;nbsp;&lt;b style=&quot;text-align: left;&quot;&gt;x.x.x_bxxx-Rx&lt;/b&gt;&lt;/font&gt;" vertex="1">
          <mxGeometry height="30" width="200" x="130" y="115" as="geometry" />
        </mxCell>
        <mxCell id="cKu8MT6L8Fp_BZaxLZj7-11" parent="1" style="shape=note;size=15;align=left;spacingLeft=10;html=1;whiteSpace=wrap;fillColor=#e1d5e7;strokeColor=#9673a6;" value="&lt;span style=&quot;background-color: rgb(185, 224, 165);&quot;&gt;Le nom doit etre renomé sous le format pour qu&#39;il soit capable d&#39;etre rechargé:&lt;br&gt;{CD_PA}{FILE_TYPE}{SYS_APL}.MAJ_{NO_JIRA}&lt;/span&gt;&lt;div&gt;&lt;span style=&quot;background-color: rgb(185, 224, 165);&quot;&gt;par ex : FRTIER0A.MAJ_JIRA-1234&lt;/span&gt;&lt;/div&gt;" vertex="1">
          <mxGeometry height="75" width="430" x="-1330" y="40" as="geometry" />
        </mxCell>
        <mxCell id="cKu8MT6L8Fp_BZaxLZj7-14" parent="1" style="ellipse;shape=doubleEllipse;whiteSpace=wrap;html=1;dashed=1;" value="Demande JIRA 2&lt;div&gt;(dev)&lt;/div&gt;" vertex="1">
          <mxGeometry height="60" width="120" x="-1060" y="323.5" as="geometry" />
        </mxCell>
        <mxCell id="cKu8MT6L8Fp_BZaxLZj7-15" parent="1" style="ellipse;shape=doubleEllipse;whiteSpace=wrap;html=1;dashed=1;" value="Demande JIRA 3&lt;div&gt;(dev)&lt;/div&gt;" vertex="1">
          <mxGeometry height="60" width="122" x="-1061" y="393.5" as="geometry" />
        </mxCell>
        <mxCell id="cKu8MT6L8Fp_BZaxLZj7-19" parent="1" style="text;html=1;whiteSpace=wrap;strokeColor=none;fillColor=none;align=center;verticalAlign=middle;rounded=0;fontSize=23;fontStyle=1" value="." vertex="1">
          <mxGeometry height="30" width="60" x="-1030" y="453.25" as="geometry" />
        </mxCell>
        <mxCell id="cKu8MT6L8Fp_BZaxLZj7-20" parent="1" style="text;html=1;whiteSpace=wrap;strokeColor=none;fillColor=none;align=center;verticalAlign=middle;rounded=0;fontSize=23;fontStyle=1" value="." vertex="1">
          <mxGeometry height="30" width="60" x="-1030" y="467" as="geometry" />
        </mxCell>
        <mxCell id="cKu8MT6L8Fp_BZaxLZj7-21" parent="1" style="text;html=1;whiteSpace=wrap;strokeColor=none;fillColor=none;align=center;verticalAlign=middle;rounded=0;fontSize=23;fontStyle=1" value="." vertex="1">
          <mxGeometry height="30" width="60" x="-1030" y="483.25" as="geometry" />
        </mxCell>
        <mxCell id="cKu8MT6L8Fp_BZaxLZj7-24" edge="1" parent="1" source="cKu8MT6L8Fp_BZaxLZj7-23" style="edgeStyle=orthogonalEdgeStyle;rounded=0;orthogonalLoop=1;jettySize=auto;html=1;" target="QUzsFoNl6aFI_2ed8XXq-13">
          <mxGeometry relative="1" as="geometry">
            <Array as="points">
              <mxPoint x="120" y="220" />
              <mxPoint x="120" y="220" />
            </Array>
          </mxGeometry>
        </mxCell>
        <mxCell id="cKu8MT6L8Fp_BZaxLZj7-23" parent="1" style="ellipse;shape=doubleEllipse;whiteSpace=wrap;html=1;fillColor=#ffe6cc;strokeColor=#d79b00;" value="Demande JIRA 1&lt;div&gt;(recharge fichier)&lt;/div&gt;" vertex="1">
          <mxGeometry height="60" width="160" x="-850" y="190" as="geometry" />
        </mxCell>
        <mxCell id="cKu8MT6L8Fp_BZaxLZj7-25" edge="1" parent="1" source="cKu8MT6L8Fp_BZaxLZj7-11" style="edgeStyle=none;endArrow=none;exitX=0;exitY=0;dashed=1;html=1;rounded=0;exitDx=430;exitDy=45;exitPerimeter=0;" target="cKu8MT6L8Fp_BZaxLZj7-23" value="">
          <mxGeometry relative="1" x="1" as="geometry">
            <mxPoint x="-520" y="10" as="sourcePoint" />
            <mxPoint x="-490" y="150" as="targetPoint" />
          </mxGeometry>
        </mxCell>
        <mxCell id="cKu8MT6L8Fp_BZaxLZj7-26" edge="1" parent="1" source="cKu8MT6L8Fp_BZaxLZj7-11" style="edgeStyle=none;endArrow=none;exitX=0;exitY=0;dashed=1;html=1;rounded=0;exitDx=430;exitDy=45;exitPerimeter=0;entryX=0;entryY=0.5;entryDx=0;entryDy=0;" target="QUzsFoNl6aFI_2ed8XXq-34" value="">
          <mxGeometry relative="1" x="1" as="geometry">
            <mxPoint x="-900" y="200" as="sourcePoint" />
            <mxPoint x="-801" y="244" as="targetPoint" />
          </mxGeometry>
        </mxCell>
        <mxCell id="cKu8MT6L8Fp_BZaxLZj7-27" parent="1" style="text;html=1;whiteSpace=wrap;strokeColor=none;fillColor=none;align=center;verticalAlign=middle;rounded=0;fontSize=23;fontStyle=1" value="." vertex="1">
          <mxGeometry height="30" width="60" x="-800" y="305" as="geometry" />
        </mxCell>
        <mxCell id="cKu8MT6L8Fp_BZaxLZj7-28" parent="1" style="text;html=1;whiteSpace=wrap;strokeColor=none;fillColor=none;align=center;verticalAlign=middle;rounded=0;fontSize=23;fontStyle=1" value="." vertex="1">
          <mxGeometry height="30" width="60" x="-800" y="335" as="geometry" />
        </mxCell>
        <mxCell id="cKu8MT6L8Fp_BZaxLZj7-29" parent="1" style="text;html=1;whiteSpace=wrap;strokeColor=none;fillColor=none;align=center;verticalAlign=middle;rounded=0;fontSize=23;fontStyle=1" value="." vertex="1">
          <mxGeometry height="30" width="60" x="-800" y="318.5" as="geometry" />
        </mxCell>
        <mxCell id="cKu8MT6L8Fp_BZaxLZj7-31" parent="1" style="text;html=1;whiteSpace=wrap;strokeColor=none;fillColor=none;align=center;verticalAlign=middle;rounded=0;fontColor=#330000;" value="&lt;font style=&quot;&quot;&gt;Run Tag =&amp;nbsp;&lt;/font&gt;&lt;b style=&quot;text-align: left;&quot;&gt;x.x.x_bxxx-Rx-Jira-xxxx&lt;/b&gt;" vertex="1">
          <mxGeometry height="30" width="200" x="160" y="185" as="geometry" />
        </mxCell>
        <mxCell id="cKu8MT6L8Fp_BZaxLZj7-33" parent="1" style="text;html=1;whiteSpace=wrap;strokeColor=none;fillColor=none;align=center;verticalAlign=middle;rounded=0;fontColor=#330000;" value="&lt;font style=&quot;&quot;&gt;Run Tag =&amp;nbsp;&lt;b style=&quot;text-align: left;&quot;&gt;x.x.x_bxxx-Rx&lt;/b&gt;&lt;/font&gt;" vertex="1">
          <mxGeometry height="30" width="200" x="130" y="347.5" as="geometry" />
        </mxCell>
      </root>
    </mxGraphModel>
  </diagram>
</mxfile>
